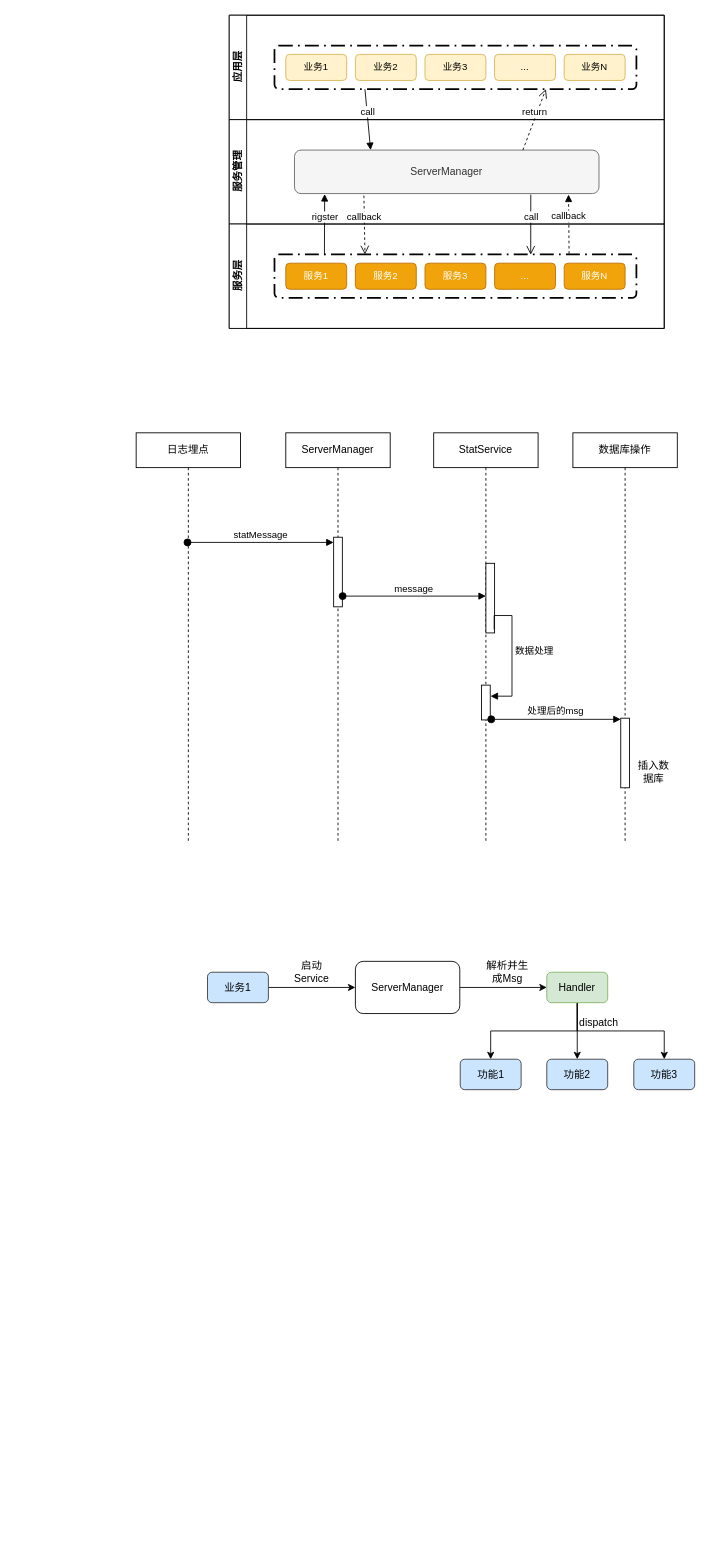
This is notes/design/WebView.drawio from yyht800/SiGuoYa, a draw.io file, before an edit. Source tidied: cells renumbered, new cells numbered last; positions are measured from the earlier drawing's top-left corner, leaving out a move shared by most shapes. Both pictures are drawn from the tidied source at 87%, with x=0, y=0 at pixel (136, 15).
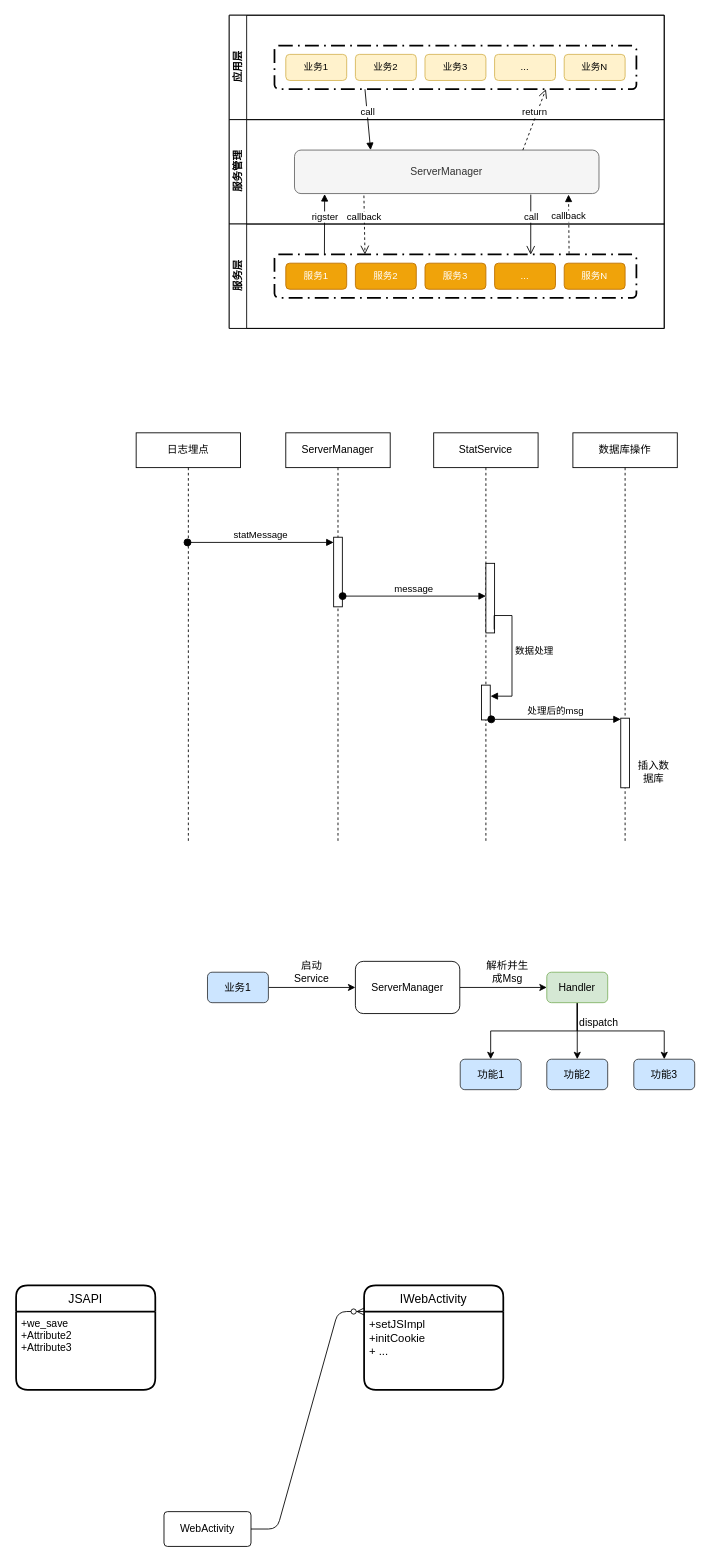
The same diagram, later.

Diff of the diagram source:
```diff
@@
+    <mxCell id="52" value="IWebActivity" style="swimlane;horizontal=1;startSize=30;rounded=1;fontSize=14;fontStyle=0;strokeWidth=2;shadow=0;dashed=0;align=center;" parent="1" vertex="1">
+      <mxGeometry x="262" y="1460" width="160" height="120" as="geometry" />
+    </mxCell>
+    <mxCell id="53" value="+setJSImpl&#10;+initCookie&#10;+ ..." style="align=left;strokeColor=none;fillColor=none;spacingLeft=4;fontSize=13;verticalAlign=top;" parent="52" vertex="1">
+      <mxGeometry y="30" width="160" height="90" as="geometry" />
+    </mxCell>
+    <mxCell id="54" value="WebActivity" style="rounded=1;arcSize=10;whiteSpace=wrap;html=1;align=center;" parent="1" vertex="1">
+      <mxGeometry x="32" y="1720" width="100" height="40" as="geometry" />
+    </mxCell>
+    <mxCell id="55" style="edgeStyle=entityRelationEdgeStyle;fontSize=12;html=1;endArrow=ERzeroToMany;endFill=1;exitX=1;exitY=0.5;exitDx=0;exitDy=0;entryX=0;entryY=0;entryDx=0;entryDy=0;" parent="1" edge="1" source="54" target="53">
+      <mxGeometry relative="1" as="geometry" />
+    </mxCell>
+    <mxCell id="56" value="JSAPI" style="swimlane;horizontal=1;startSize=30;rounded=1;fontSize=14;fontStyle=0;strokeWidth=2;shadow=0;dashed=0;align=center;" parent="1" vertex="1">
+      <mxGeometry x="-138" y="1460" width="160" height="120" as="geometry" />
+    </mxCell>
+    <mxCell id="57" value="+we_save&#10;+Attribute2&#10;+Attribute3" style="align=left;strokeColor=none;fillColor=none;spacingLeft=4;fontSize=12;verticalAlign=top;" parent="56" vertex="1">
+      <mxGeometry y="30" width="160" height="90" as="geometry" />
+    </mxCell>
```
